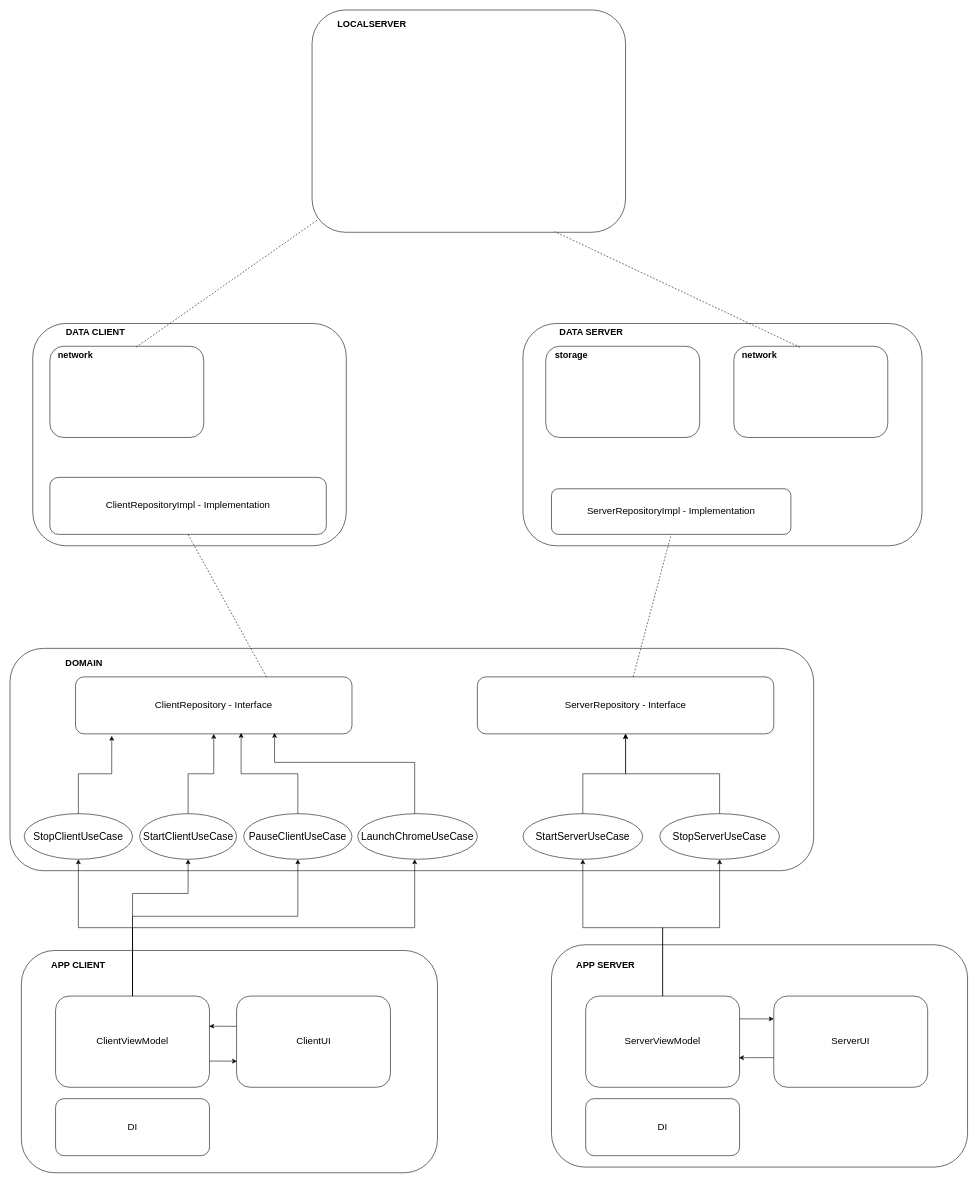
This is architecture.drawio from borsalinho/NTI_test, a draw.io file, before an edit. Source tidied: cells renumbered, new cells numbered last; positions are measured from the earlier drawing's top-left corner, leaving out a move shared by most shapes. Both pictures are drawn from the tidied source at 57%, with x=0, y=0 at pixel (10, 10).
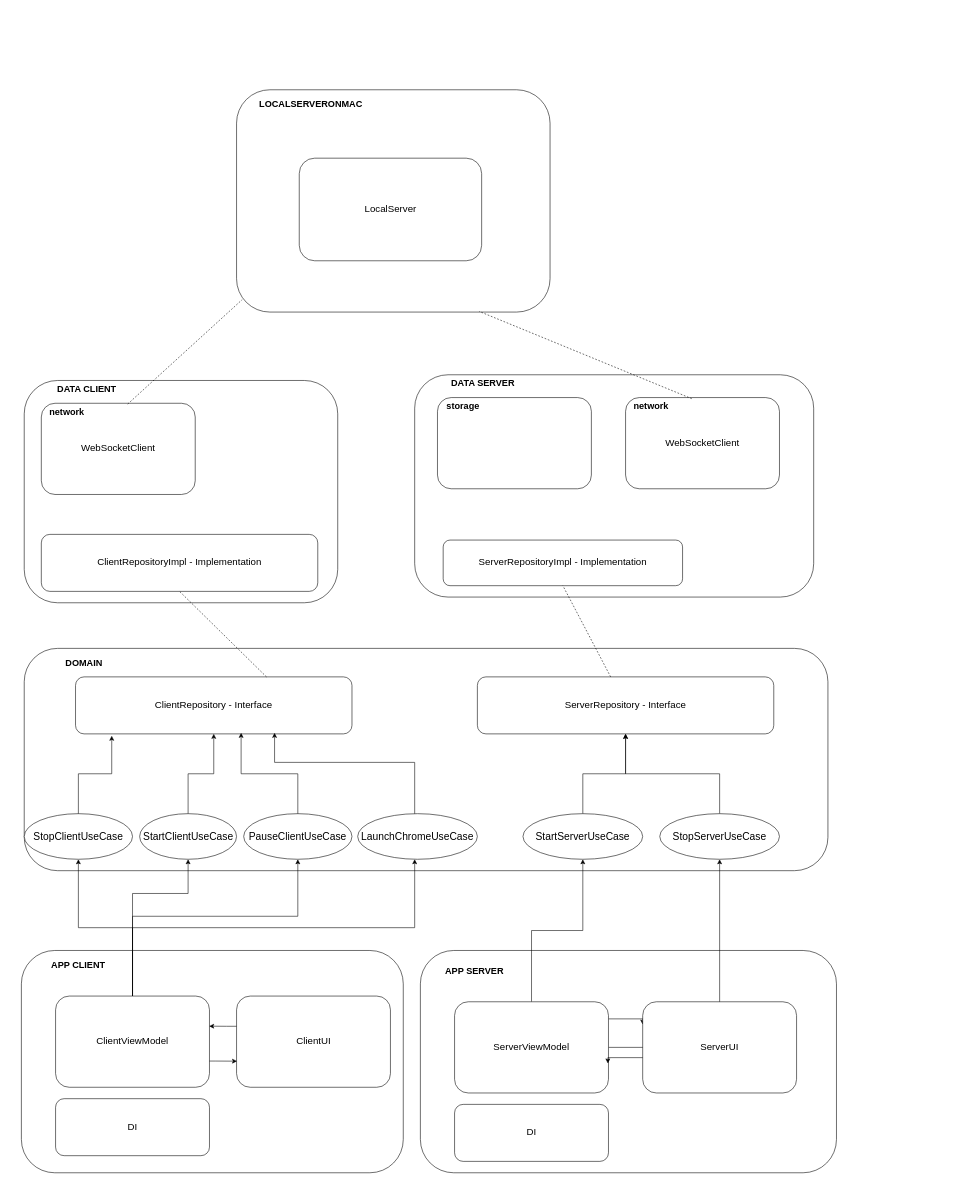
Above is the later version.

Diff of the diagram source:
```diff
@@
     <mxCell id="2" style="rounded=1;whiteSpace=wrap;html=1;" parent="1" vertex="1">
-      <mxGeometry x="40" y="550" width="550" height="390" as="geometry" />
+      <mxGeometry x="25" y="650" width="550" height="390" as="geometry" />
     </mxCell>
     <mxCell id="3" value="&lt;b&gt;&lt;font style=&quot;font-size: 16px;&quot;&gt;DATA CLIENT&lt;/font&gt;&lt;/b&gt;" style="text;html=1;align=center;verticalAlign=middle;whiteSpace=wrap;rounded=0;" parent="1" vertex="1">
-      <mxGeometry x="70" y="550" width="160" height="30" as="geometry" />
+      <mxGeometry x="55" y="650" width="160" height="30" as="geometry" />
     </mxCell>
     <mxCell id="4" style="rounded=1;whiteSpace=wrap;html=1;" parent="1" vertex="1">
-      <mxGeometry x="900" y="550" width="700" height="390" as="geometry" />
+      <mxGeometry x="710" y="640" width="700" height="390" as="geometry" />
     </mxCell>
     <mxCell id="5" style="rounded=1;whiteSpace=wrap;html=1;" parent="1" vertex="1">
-      <mxGeometry y="1120" width="1410" height="390" as="geometry" />
+      <mxGeometry x="25" y="1120" width="1410" height="390" as="geometry" />
     </mxCell>
     <mxCell id="6" style="rounded=1;whiteSpace=wrap;html=1;" parent="1" vertex="1">
-      <mxGeometry x="20" y="1650" width="730" height="390" as="geometry" />
+      <mxGeometry x="20" y="1650" width="670" height="390" as="geometry" />
     </mxCell>
@@
     <mxCell id="8" style="rounded=1;whiteSpace=wrap;html=1;" parent="1" vertex="1">
-      <mxGeometry x="950" y="1640" width="730" height="390" as="geometry" />
+      <mxGeometry x="720" y="1650" width="730" height="390" as="geometry" />
     </mxCell>
     <mxCell id="9" value="&lt;b&gt;&lt;font style=&quot;font-size: 16px;&quot;&gt;APP SERVER&lt;/font&gt;&lt;/b&gt;" style="text;html=1;align=center;verticalAlign=middle;whiteSpace=wrap;rounded=0;" parent="1" vertex="1">
-      <mxGeometry x="990" y="1660" width="110" height="30" as="geometry" />
+      <mxGeometry x="760" y="1670" width="110" height="30" as="geometry" />
     </mxCell>
     <mxCell id="10" value="&lt;b&gt;&lt;font style=&quot;font-size: 16px;&quot;&gt;DATA SERVER&lt;/font&gt;&lt;/b&gt;" style="text;html=1;align=center;verticalAlign=middle;whiteSpace=wrap;rounded=0;" parent="1" vertex="1">
-      <mxGeometry x="940" y="550" width="160" height="30" as="geometry" />
+      <mxGeometry x="750" y="640" width="160" height="30" as="geometry" />
     </mxCell>
@@
     <mxCell id="12" style="rounded=1;whiteSpace=wrap;html=1;" parent="1" vertex="1">
-      <mxGeometry x="940" y="590" width="270" height="160" as="geometry" />
+      <mxGeometry x="750" y="680" width="270" height="160" as="geometry" />
     </mxCell>
     <mxCell id="13" value="&lt;b&gt;&lt;font style=&quot;font-size: 16px;&quot;&gt;storage&lt;/font&gt;&lt;/b&gt;" style="text;html=1;align=center;verticalAlign=middle;whiteSpace=wrap;rounded=0;" parent="1" vertex="1">
-      <mxGeometry x="930" y="590" width="110" height="30" as="geometry" />
+      <mxGeometry x="740" y="680" width="110" height="30" as="geometry" />
     </mxCell>
-    <mxCell id="14" style="rounded=1;whiteSpace=wrap;html=1;" parent="1" vertex="1">
-      <mxGeometry x="1270" y="590" width="270" height="160" as="geometry" />
+    <mxCell id="14" value="&lt;font style=&quot;font-size: 17px;&quot;&gt;WebSocketClient&lt;/font&gt;" style="rounded=1;whiteSpace=wrap;html=1;" parent="1" vertex="1">
+      <mxGeometry x="1080" y="680" width="270" height="160" as="geometry" />
     </mxCell>
     <mxCell id="15" value="&lt;b&gt;&lt;font style=&quot;font-size: 16px;&quot;&gt;network&lt;/font&gt;&lt;/b&gt;" style="text;html=1;align=center;verticalAlign=middle;whiteSpace=wrap;rounded=0;" parent="1" vertex="1">
-      <mxGeometry x="1260" y="590" width="110" height="30" as="geometry" />
+      <mxGeometry x="1070" y="680" width="110" height="30" as="geometry" />
     </mxCell>
-    <mxCell id="16" style="rounded=1;whiteSpace=wrap;html=1;" parent="1" vertex="1">
-      <mxGeometry x="70" y="590" width="270" height="160" as="geometry" />
+    <mxCell id="16" value="&lt;font style=&quot;font-size: 17px;&quot;&gt;WebSocketClient&lt;/font&gt;" style="rounded=1;whiteSpace=wrap;html=1;" parent="1" vertex="1">
+      <mxGeometry x="55" y="690" width="270" height="160" as="geometry" />
     </mxCell>
     <mxCell id="17" value="&lt;b&gt;&lt;font style=&quot;font-size: 16px;&quot;&gt;network&lt;/font&gt;&lt;/b&gt;" style="text;html=1;align=center;verticalAlign=middle;whiteSpace=wrap;rounded=0;" parent="1" vertex="1">
-      <mxGeometry x="60" y="590" width="110" height="30" as="geometry" />
+      <mxGeometry x="45" y="690" width="110" height="30" as="geometry" />
     </mxCell>
@@
     <mxCell id="20" value="&lt;font style=&quot;font-size: 17px;&quot;&gt;ServerRepositoryImpl - Implementation&lt;/font&gt;" style="rounded=1;whiteSpace=wrap;html=1;" parent="1" vertex="1">
-      <mxGeometry x="950" y="840" width="420" height="80" as="geometry" />
+      <mxGeometry x="760" y="930" width="420" height="80" as="geometry" />
     </mxCell>
     <mxCell id="21" value="&lt;font style=&quot;font-size: 17px;&quot;&gt;ClientRepositoryImpl - Implementation&lt;/font&gt;" style="rounded=1;whiteSpace=wrap;html=1;" parent="1" vertex="1">
-      <mxGeometry x="70" y="820" width="485" height="100" as="geometry" />
+      <mxGeometry x="55" y="920" width="485" height="100" as="geometry" />
     </mxCell>
@@
     <mxCell id="31" value="&lt;font style=&quot;font-size: 17px;&quot;&gt;ServerViewModel&lt;/font&gt;" style="rounded=1;whiteSpace=wrap;html=1;" parent="1" vertex="1">
-      <mxGeometry x="1010" y="1730" width="270" height="160" as="geometry" />
+      <mxGeometry x="780" y="1740" width="270" height="160" as="geometry" />
     </mxCell>
     <mxCell id="32" value="&lt;font style=&quot;font-size: 17px;&quot;&gt;ServerUI&lt;/font&gt;" style="rounded=1;whiteSpace=wrap;html=1;" parent="1" vertex="1">
-      <mxGeometry x="1340" y="1730" width="270" height="160" as="geometry" />
+      <mxGeometry x="1110" y="1740" width="270" height="160" as="geometry" />
     </mxCell>
@@
     <mxCell id="41" value="&lt;span style=&quot;font-size: 17px;&quot;&gt;DI&lt;/span&gt;" style="rounded=1;whiteSpace=wrap;html=1;" parent="1" vertex="1">
-      <mxGeometry x="1010" y="1910" width="270" height="100" as="geometry" />
+      <mxGeometry x="780" y="1920" width="270" height="100" as="geometry" />
     </mxCell>
     <mxCell id="42" style="rounded=1;whiteSpace=wrap;html=1;" parent="1" vertex="1">
-      <mxGeometry x="530" width="550" height="390" as="geometry" />
+      <mxGeometry x="397.5" y="140" width="550" height="390" as="geometry" />
     </mxCell>
-    <mxCell id="43" value="&lt;b&gt;&lt;font style=&quot;font-size: 16px;&quot;&gt;LOCALSERVER&lt;/font&gt;&lt;/b&gt;" style="text;html=1;align=center;verticalAlign=middle;whiteSpace=wrap;rounded=0;" parent="1" vertex="1">
-      <mxGeometry x="555" y="10" width="160" height="30" as="geometry" />
+    <mxCell id="43" value="&lt;b&gt;&lt;font style=&quot;font-size: 16px;&quot;&gt;LOCALSERVERONMAC&lt;/font&gt;&lt;/b&gt;" style="text;html=1;align=center;verticalAlign=middle;whiteSpace=wrap;rounded=0;" parent="1" vertex="1">
+      <mxGeometry x="447.5" y="150" width="160" height="30" as="geometry" />
     </mxCell>
@@
+    <mxCell id="56" value="&lt;font style=&quot;font-size: 17px;&quot;&gt;LocalServer&lt;/font&gt;" style="rounded=1;whiteSpace=wrap;html=1;" parent="1" vertex="1">
+      <mxGeometry x="507.5" y="260" width="320" height="180" as="geometry" />
+    </mxCell>
```
